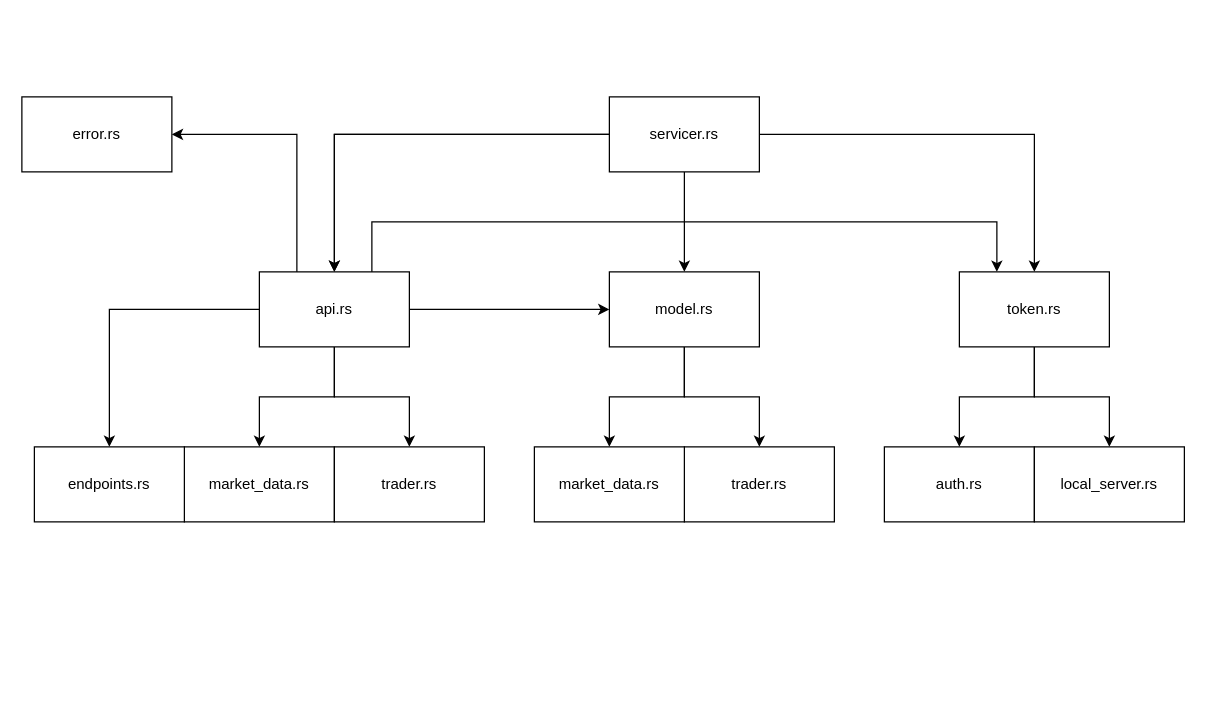
Before: drawio/architecture.drawio in z-Wind/schwab_api, a draw.io diagram. Source tidied: cells renumbered, new cells numbered last; positions are measured from the earlier drawing's top-left corner, leaving out a move shared by most shapes. Both pictures are drawn from the tidied source at 125%, with x=0, y=0 at pixel (21, 96).
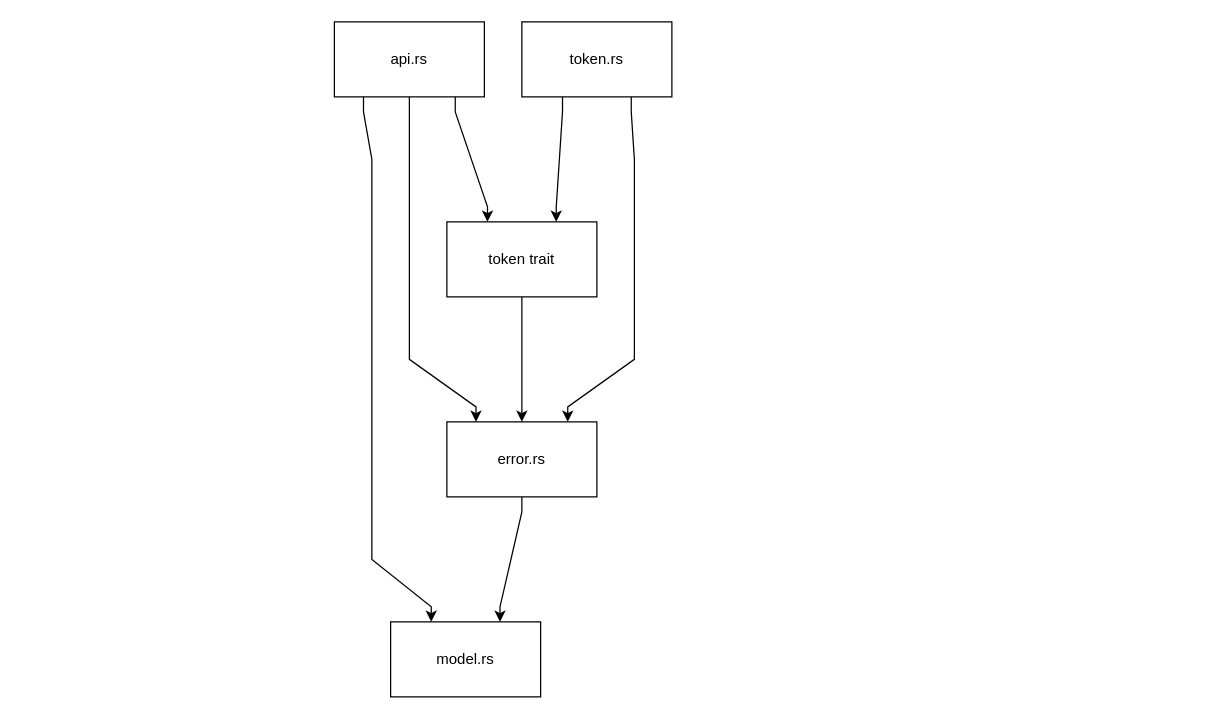
After the change.

Commit message (it also covers changes not shown here):
完善 parameter 和 將 trait tokener 作為 api 初始化參數

The edit, as a diff of the source:
```diff
@@
-    <mxCell id="2" style="edgeStyle=orthogonalEdgeStyle;rounded=0;jettySize=auto;html=1;" parent="1" edge="1" source="6" target="14">
-      <mxGeometry relative="1" as="geometry" />
-    </mxCell>
-    <mxCell id="3" style="edgeStyle=orthogonalEdgeStyle;rounded=0;jettySize=auto;html=1;" parent="1" edge="1" source="6" target="14">
-      <mxGeometry relative="1" as="geometry" />
-    </mxCell>
-    <mxCell id="4" style="edgeStyle=orthogonalEdgeStyle;rounded=0;jettySize=auto;html=1;" parent="1" edge="1" source="6" target="17">
-      <mxGeometry relative="1" as="geometry" />
-    </mxCell>
-    <mxCell id="5" style="edgeStyle=orthogonalEdgeStyle;rounded=0;jettySize=auto;html=1;" parent="1" edge="1" source="6" target="20">
-      <mxGeometry relative="1" as="geometry" />
-    </mxCell>
-    <mxCell id="6" value="servicer.rs" style="rounded=0;whiteSpace=wrap;html=1;" parent="1" vertex="1">
-      <mxGeometry x="470" width="120" height="60" as="geometry" />
-    </mxCell>
+    <mxCell id="28" style="edgeStyle=orthogonalEdgeStyle;rounded=0;jettySize=auto;html=1;noEdgeStyle=1;orthogonal=1;" parent="1" edge="1" source="7" target="17">
+      <mxGeometry relative="1" as="geometry">
+        <Array as="points">
+          <mxPoint x="400" y="332" />
+          <mxPoint x="382.5" y="408" />
+        </Array>
+      </mxGeometry>
+    </mxCell>
     <mxCell id="7" value="error.rs" style="rounded=0;whiteSpace=wrap;html=1;" parent="1" vertex="1">
-      <mxGeometry width="120" height="60" as="geometry" />
+      <mxGeometry x="340" y="260" width="120" height="60" as="geometry" />
     </mxCell>
-    <mxCell id="8" style="edgeStyle=orthogonalEdgeStyle;rounded=0;jettySize=auto;html=1;" parent="1" edge="1" source="14" target="21">
-      <mxGeometry relative="1" as="geometry" />
-    </mxCell>
-    <mxCell id="9" style="edgeStyle=orthogonalEdgeStyle;rounded=0;jettySize=auto;html=1;" parent="1" edge="1" source="14" target="22">
-      <mxGeometry relative="1" as="geometry" />
-    </mxCell>
-    <mxCell id="10" style="edgeStyle=orthogonalEdgeStyle;rounded=0;jettySize=auto;html=1;" parent="1" edge="1" source="14" target="23">
-      <mxGeometry relative="1" as="geometry" />
-    </mxCell>
-    <mxCell id="11" style="edgeStyle=orthogonalEdgeStyle;rounded=0;jettySize=auto;html=1;" parent="1" edge="1" source="14" target="17">
-      <mxGeometry relative="1" as="geometry" />
+    <mxCell id="11" style="edgeStyle=orthogonalEdgeStyle;rounded=0;jettySize=auto;html=1;noEdgeStyle=1;orthogonal=1;" parent="1" edge="1" source="14" target="17">
+      <mxGeometry relative="1" as="geometry">
+        <Array as="points">
+          <mxPoint x="273.3" y="12" />
+          <mxPoint x="280" y="50" />
+          <mxPoint x="280" y="210" />
+          <mxPoint x="280" y="210" />
+          <mxPoint x="280" y="370" />
+          <mxPoint x="327.5" y="408" />
+        </Array>
+      </mxGeometry>
     </mxCell>
-    <mxCell id="12" style="edgeStyle=orthogonalEdgeStyle;rounded=0;jettySize=auto;html=1;entryX=0.25;entryY=0;entryDx=0;entryDy=0;exitX=0.75;exitY=0;exitDx=0;exitDy=0;" parent="1" edge="1" source="14" target="20">
-      <mxGeometry relative="1" as="geometry">
-        <Array as="points">
-          <mxPoint x="280" y="100" />
-          <mxPoint x="780" y="100" />
-        </Array>
-      </mxGeometry>
-    </mxCell>
-    <mxCell id="13" style="edgeStyle=orthogonalEdgeStyle;rounded=0;jettySize=auto;html=1;exitX=0.25;exitY=0;exitDx=0;exitDy=0;entryX=1;entryY=0.5;entryDx=0;entryDy=0;" parent="1" edge="1" source="14" target="7">
-      <mxGeometry relative="1" as="geometry" />
+    <mxCell id="13" style="edgeStyle=orthogonalEdgeStyle;rounded=0;jettySize=auto;html=1;noEdgeStyle=1;orthogonal=1;" parent="1" edge="1" source="14" target="7">
+      <mxGeometry relative="1" as="geometry">
+        <Array as="points">
+          <mxPoint x="310" y="14" />
+          <mxPoint x="310" y="50" />
+          <mxPoint x="310" y="210" />
+          <mxPoint x="363.3" y="248" />
+        </Array>
+      </mxGeometry>
     </mxCell>
     <mxCell id="14" value="api.rs" style="rounded=0;whiteSpace=wrap;html=1;" parent="1" vertex="1">
-      <mxGeometry x="190" y="140" width="120" height="60" as="geometry" />
+      <mxGeometry x="250" y="-60" width="120" height="60" as="geometry" />
     </mxCell>
-    <mxCell id="15" style="edgeStyle=orthogonalEdgeStyle;rounded=0;jettySize=auto;html=1;" parent="1" edge="1" source="17" target="25">
-      <mxGeometry relative="1" as="geometry" />
-    </mxCell>
-    <mxCell id="16" style="edgeStyle=orthogonalEdgeStyle;rounded=0;jettySize=auto;html=1;" parent="1" edge="1" source="17" target="24">
-      <mxGeometry relative="1" as="geometry" />
-    </mxCell>
     <mxCell id="17" value="model.rs" style="rounded=0;whiteSpace=wrap;html=1;" parent="1" vertex="1">
-      <mxGeometry x="470" y="140" width="120" height="60" as="geometry" />
+      <mxGeometry x="295" y="420" width="120" height="60" as="geometry" />
     </mxCell>
-    <mxCell id="18" style="edgeStyle=orthogonalEdgeStyle;rounded=0;jettySize=auto;html=1;" parent="1" edge="1" source="20" target="26">
-      <mxGeometry relative="1" as="geometry" />
-    </mxCell>
-    <mxCell id="19" style="edgeStyle=orthogonalEdgeStyle;rounded=0;jettySize=auto;html=1;" parent="1" edge="1" source="20" target="27">
-      <mxGeometry relative="1" as="geometry" />
-    </mxCell>
+    <mxCell id="29" style="edgeStyle=orthogonalEdgeStyle;rounded=0;jettySize=auto;html=1;noEdgeStyle=1;orthogonal=1;" parent="1" edge="1" source="20" target="33">
+      <mxGeometry relative="1" as="geometry">
+        <Array as="points">
+          <mxPoint x="432.5" y="12" />
+          <mxPoint x="427.5" y="88" />
+        </Array>
+      </mxGeometry>
+    </mxCell>
+    <mxCell id="30" style="edgeStyle=orthogonalEdgeStyle;rounded=0;jettySize=auto;html=1;noEdgeStyle=1;orthogonal=1;" parent="1" edge="1" source="20" target="7">
+      <mxGeometry relative="1" as="geometry">
+        <Array as="points">
+          <mxPoint x="487.5" y="12" />
+          <mxPoint x="490" y="50" />
+          <mxPoint x="490" y="210" />
+          <mxPoint x="436.7" y="248" />
+        </Array>
+      </mxGeometry>
+    </mxCell>
     <mxCell id="20" value="token.rs" style="rounded=0;whiteSpace=wrap;html=1;" parent="1" vertex="1">
-      <mxGeometry x="750" y="140" width="120" height="60" as="geometry" />
+      <mxGeometry x="400" y="-60" width="120" height="60" as="geometry" />
     </mxCell>
-    <mxCell id="21" value="market_data.rs" style="rounded=0;whiteSpace=wrap;html=1;" parent="1" vertex="1">
-      <mxGeometry x="130" y="280" width="120" height="60" as="geometry" />
-    </mxCell>
-    <mxCell id="22" value="trader.rs" style="rounded=0;whiteSpace=wrap;html=1;" parent="1" vertex="1">
-      <mxGeometry x="250" y="280" width="120" height="60" as="geometry" />
-    </mxCell>
-    <mxCell id="23" value="endpoints.rs" style="rounded=0;whiteSpace=wrap;html=1;" parent="1" vertex="1">
-      <mxGeometry x="10" y="280" width="120" height="60" as="geometry" />
-    </mxCell>
-    <mxCell id="24" value="trader.rs" style="rounded=0;whiteSpace=wrap;html=1;" parent="1" vertex="1">
-      <mxGeometry x="530" y="280" width="120" height="60" as="geometry" />
-    </mxCell>
-    <mxCell id="25" value="market_data.rs" style="rounded=0;whiteSpace=wrap;html=1;" parent="1" vertex="1">
-      <mxGeometry x="410" y="280" width="120" height="60" as="geometry" />
-    </mxCell>
-    <mxCell id="26" value="auth.rs" style="rounded=0;whiteSpace=wrap;html=1;" parent="1" vertex="1">
-      <mxGeometry x="690" y="280" width="120" height="60" as="geometry" />
-    </mxCell>
-    <mxCell id="27" value="local_server.rs" style="rounded=0;whiteSpace=wrap;html=1;" parent="1" vertex="1">
-      <mxGeometry x="810" y="280" width="120" height="60" as="geometry" />
-    </mxCell>
+    <mxCell id="31" style="edgeStyle=orthogonalEdgeStyle;rounded=0;jettySize=auto;html=1;noEdgeStyle=1;orthogonal=1;" parent="1" edge="1" source="14" target="33">
+      <mxGeometry relative="1" as="geometry">
+        <Array as="points">
+          <mxPoint x="346.7" y="12" />
+          <mxPoint x="372.5" y="88" />
+        </Array>
+      </mxGeometry>
+    </mxCell>
+    <mxCell id="32" style="edgeStyle=orthogonalEdgeStyle;rounded=0;jettySize=auto;html=1;noEdgeStyle=1;orthogonal=1;" parent="1" edge="1" source="33" target="7">
+      <mxGeometry relative="1" as="geometry">
+        <Array as="points">
+          <mxPoint x="400" y="172" />
+          <mxPoint x="400" y="246" />
+        </Array>
+      </mxGeometry>
+    </mxCell>
+    <mxCell id="33" value="token trait" style="rounded=0;whiteSpace=wrap;html=1;" parent="1" vertex="1">
+      <mxGeometry x="340" y="100" width="120" height="60" as="geometry" />
+    </mxCell>
```
